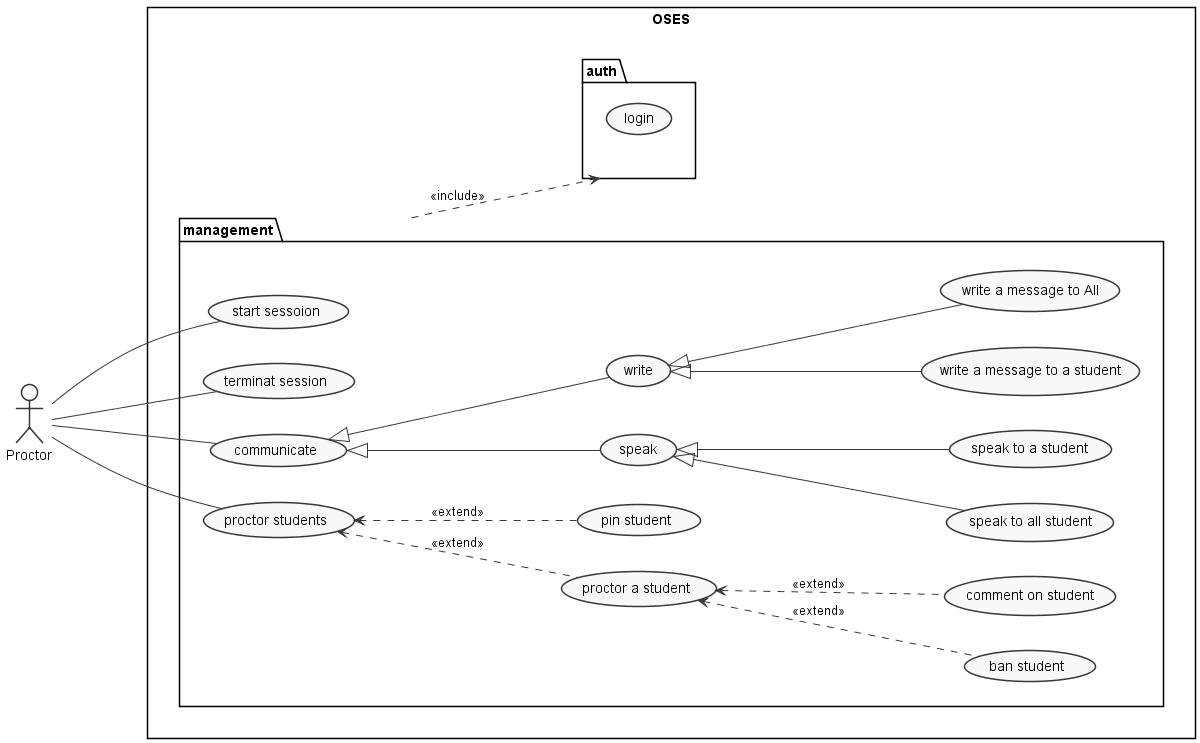
Before: Essays/Essay_1/images/proctor_UCD.png, a diagram exported from PlantUML (OnlineSecureExamSystem/oses-essays-memos). Source of this version:
```plantuml
@startuml

skinparam monochrome true
skinparam style strictuml
skinparam Ranksep 150
skinparam defaultTextAlignment center
left to right direction

actor Proctor as p

rectangle OSES{
    package management{
    usecase "start sessoion" as ss
    usecase "terminat session" as ts
    usecase "communicate" as cs
    usecase "ban student" as qso
    usecase "proctor students" as ps

    usecase "proctor a student" as pos
    usecase "comment on student" as c
    usecase "pin student" as pios

cs <|-- (speak)
cs <|-- (write)
(speak) <|-- (speak to all student)
(speak) <|-- (speak to a student)
(write) <|-- (write a message to a student)
(write) <|-- (write a message to All)

ps <.. pos: <<extend>>
ps <.. pios: <<extend>>
pos <.. qso: <<extend>>
pos <.. c: <<extend>>

    p -- ss
    p -- ts
    p -- cs
    p -- ps
}

    package auth{
    usecase "login" as login
    }
        management ..> auth: <<include>>

}


@enduml
```
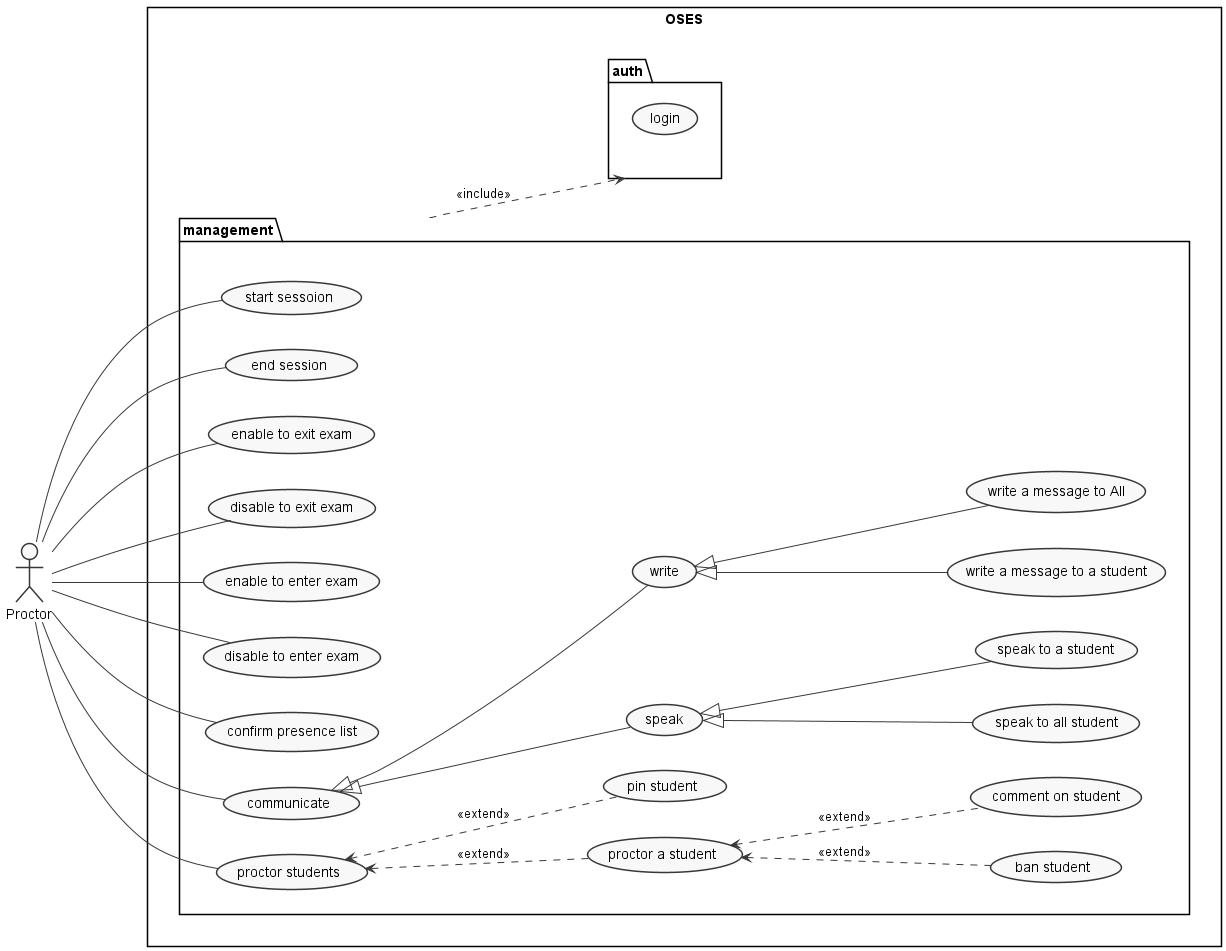
The same diagram one commit later.

Change to the diagram source:
```diff
@@ -11,7 +11,12 @@
 rectangle OSES{
     package management{
     usecase "start sessoion" as ss
-    usecase "terminat session" as ts
+    usecase "end session" as ts
+    usecase "enable to exit exam" as eee
+    usecase "disable to exit exam" as dee
+    usecase "enable to enter exam" as eee2
+    usecase "disable to enter exam" as dee2
+    usecase "confirm presence list" as cpl
     usecase "communicate" as cs
     usecase "ban student" as qso
     usecase "proctor students" as ps
@@ -20,6 +25,11 @@
     usecase "comment on student" as c
     usecase "pin student" as pios
 
+p -- eee
+p -- dee
+p -- eee2
+p -- dee2
+p -- cpl
 cs <|-- (speak)
 cs <|-- (write)
 (speak) <|-- (speak to all student)
```
